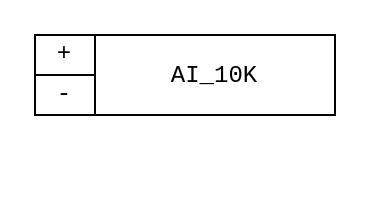
This is drawioTemplates/devices/AI_10K.drawio from Broad-Side/FT-Draw, a draw.io file, before an edit. Source tidied: cells renumbered, new cells numbered last; positions are measured from the earlier drawing's top-left corner, leaving out a move shared by most shapes. Both pictures are drawn from the tidied source at 200%, with x=0, y=0 at pixel (34, 34).
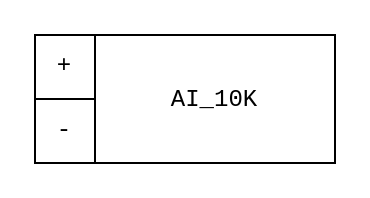
After the change.

Diff of the diagram source:
```diff
@@
 <mxGraphModel>
   <root>
     <mxCell id="0" />
     <mxCell id="1" parent="0" />
     <mxCell id="2" style="group;" parent="1" vertex="1">
-      <mxGeometry width="150" height="40" as="geometry" />
+      <mxGeometry width="150" height="64" as="geometry" />
     </mxCell>
     <mxCell id="3" value="+" style="rounded=0;whiteSpace=wrap;html=1;fontFamily=Courier New;" parent="2" vertex="1">
-      <mxGeometry width="30" height="20" as="geometry" />
+      <mxGeometry width="30" height="32" as="geometry" />
     </mxCell>
+    <mxCell id="5" value="&lt;span style=&quot;font-family: &amp;quot;Courier New&amp;quot;;&quot;&gt;AI_10K&lt;/span&gt;" style="rounded=0;whiteSpace=wrap;html=1;" parent="2" vertex="1">
+      <mxGeometry x="30" width="120" height="64" as="geometry" />
+    </mxCell>
-    <mxCell id="4" value="-" style="rounded=0;whiteSpace=wrap;html=1;fontFamily=Courier New;" parent="2" vertex="1">
-      <mxGeometry y="20" width="30" height="20" as="geometry" />
+    <mxCell id="4" value="-" style="rounded=0;whiteSpace=wrap;html=1;fontFamily=Courier New;" parent="1" vertex="1">
+      <mxGeometry y="32" width="30" height="32" as="geometry" />
     </mxCell>
-    <mxCell id="5" value="&lt;span style=&quot;font-family: &amp;quot;Courier New&amp;quot;;&quot;&gt;AI_10K&lt;/span&gt;" style="rounded=0;whiteSpace=wrap;html=1;" parent="2" vertex="1">
-      <mxGeometry x="30" width="120" height="40" as="geometry" />
-    </mxCell>
   </root>
 </mxGraphModel>
```
